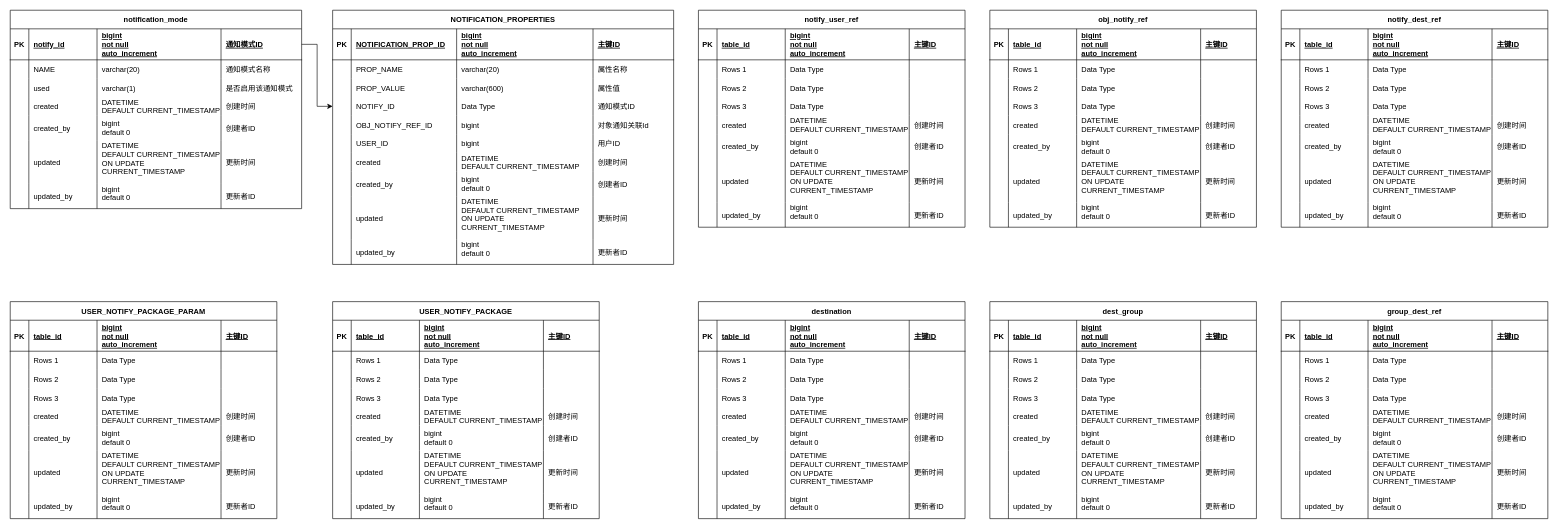
Before: 通知模块.drawio in 514094388/Hms-ER, a draw.io diagram. Source tidied: cells renumbered, new cells numbered last; positions are measured from the earlier drawing's top-left corner, leaving out a move shared by most shapes. Both pictures are drawn from the tidied source at 62%, with x=0, y=0 at pixel (10, 10).
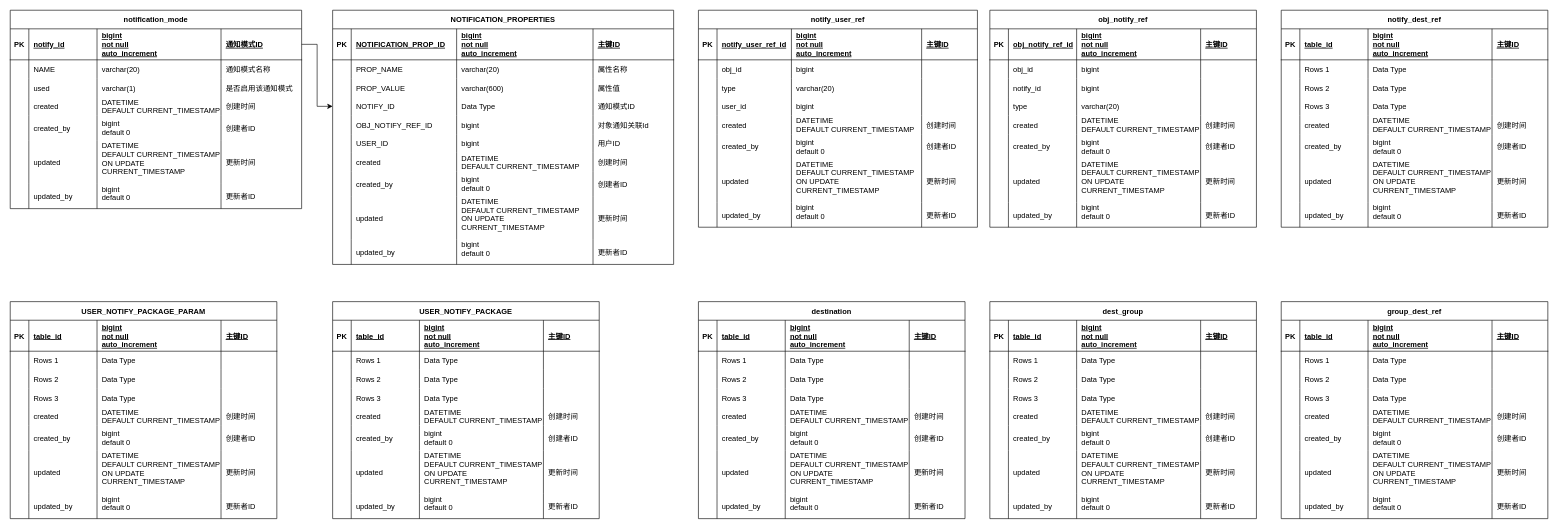
The same page after the edit.

Commit message (it also covers changes not shown here):
更新通知模块.drawio

Unchanged cells that the change refers to:
```xml
<mxCell id="172" style="shape=tableRow;horizontal=0;startSize=0;swimlaneHead=0;swimlaneBody=0;fillColor=none;top=0;left=0;right=0;bottom=1;" parent="171" vertex="1">
  <mxGeometry y="30" width="430" height="50" as="geometry" />
</mxCell>
<mxCell id="177" style="shape=tableRow;horizontal=0;startSize=0;swimlaneHead=0;swimlaneBody=0;fillColor=none;top=0;left=0;right=0;bottom=0;" parent="171" vertex="1">
  <mxGeometry y="80" width="430" height="30" as="geometry" />
</mxCell>
<mxCell id="182" style="shape=tableRow;horizontal=0;startSize=0;swimlaneHead=0;swimlaneBody=0;fillColor=none;top=0;left=0;right=0;bottom=0;" parent="171" vertex="1">
  <mxGeometry y="110" width="430" height="30" as="geometry" />
</mxCell>
<mxCell id="187" style="shape=tableRow;horizontal=0;startSize=0;swimlaneHead=0;swimlaneBody=0;fillColor=none;top=0;left=0;right=0;bottom=0;" parent="171" vertex="1">
  <mxGeometry y="140" width="430" height="30" as="geometry" />
</mxCell>
```

The edit, as a diff of the source:
```diff
@@
-    <mxCell id="174" value="table_id" style="shape=partialRectangle;fillColor=none;top=0;left=0;bottom=0;right=0;align=left;spacingLeft=6;fontStyle=5;overflow=hidden;" parent="172" vertex="1">
+    <mxCell id="174" value="obj_notify_ref_id" style="shape=partialRectangle;fillColor=none;top=0;left=0;bottom=0;right=0;align=left;spacingLeft=6;fontStyle=5;overflow=hidden;" parent="172" vertex="1">
       <mxGeometry x="30" width="110" height="50" as="geometry" />
     </mxCell>
@@
-    <mxCell id="179" value="Rows 1" style="shape=partialRectangle;fillColor=none;top=0;left=0;bottom=0;right=0;align=left;spacingLeft=6;overflow=hidden;" parent="177" vertex="1">
+    <mxCell id="179" value="obj_id" style="shape=partialRectangle;fillColor=none;top=0;left=0;bottom=0;right=0;align=left;spacingLeft=6;overflow=hidden;" parent="177" vertex="1">
       <mxGeometry x="30" width="110" height="30" as="geometry" />
     </mxCell>
-    <mxCell id="180" value="Data Type" style="shape=partialRectangle;fillColor=none;top=0;left=0;bottom=0;right=0;align=left;spacingLeft=6;overflow=hidden;" parent="177" vertex="1">
+    <mxCell id="180" value="bigint" style="shape=partialRectangle;fillColor=none;top=0;left=0;bottom=0;right=0;align=left;spacingLeft=6;overflow=hidden;" parent="177" vertex="1">
       <mxGeometry x="140" width="200" height="30" as="geometry" />
     </mxCell>
@@
-    <mxCell id="184" value="Rows 2" style="shape=partialRectangle;fillColor=none;top=0;left=0;bottom=0;right=0;align=left;spacingLeft=6;overflow=hidden;" parent="182" vertex="1">
+    <mxCell id="184" value="notify_id" style="shape=partialRectangle;fillColor=none;top=0;left=0;bottom=0;right=0;align=left;spacingLeft=6;overflow=hidden;" parent="182" vertex="1">
       <mxGeometry x="30" width="110" height="30" as="geometry" />
     </mxCell>
-    <mxCell id="185" value="Data Type" style="shape=partialRectangle;fillColor=none;top=0;left=0;bottom=0;right=0;align=left;spacingLeft=6;overflow=hidden;" parent="182" vertex="1">
+    <mxCell id="185" value="bigint" style="shape=partialRectangle;fillColor=none;top=0;left=0;bottom=0;right=0;align=left;spacingLeft=6;overflow=hidden;" parent="182" vertex="1">
       <mxGeometry x="140" width="200" height="30" as="geometry" />
     </mxCell>
@@
-    <mxCell id="189" value="Rows 3" style="shape=partialRectangle;fillColor=none;top=0;left=0;bottom=0;right=0;align=left;spacingLeft=6;overflow=hidden;" parent="187" vertex="1">
+    <mxCell id="189" value="type" style="shape=partialRectangle;fillColor=none;top=0;left=0;bottom=0;right=0;align=left;spacingLeft=6;overflow=hidden;" parent="187" vertex="1">
       <mxGeometry x="30" width="110" height="30" as="geometry" />
     </mxCell>
-    <mxCell id="190" value="Data Type" style="shape=partialRectangle;fillColor=none;top=0;left=0;bottom=0;right=0;align=left;spacingLeft=6;overflow=hidden;" parent="187" vertex="1">
+    <mxCell id="190" value="varchar(20)" style="shape=partialRectangle;fillColor=none;top=0;left=0;bottom=0;right=0;align=left;spacingLeft=6;overflow=hidden;" parent="187" vertex="1">
       <mxGeometry x="140" width="200" height="30" as="geometry" />
     </mxCell>
@@
     <mxCell id="212" value="notify_user_ref" style="shape=table;startSize=30;childLayout=tableLayout;rowLines=0;fontStyle=1;align=center;" parent="1" vertex="1">
-      <mxGeometry x="1110" width="430" height="350" as="geometry" />
+      <mxGeometry x="1110" width="450" height="350" as="geometry" />
     </mxCell>
     <mxCell id="213" style="shape=tableRow;horizontal=0;startSize=0;swimlaneHead=0;swimlaneBody=0;fillColor=none;top=0;left=0;right=0;bottom=1;" parent="212" vertex="1">
-      <mxGeometry y="30" width="430" height="50" as="geometry" />
+      <mxGeometry y="30" width="450" height="50" as="geometry" />
     </mxCell>
@@
-    <mxCell id="215" value="table_id" style="shape=partialRectangle;fillColor=none;top=0;left=0;bottom=0;right=0;align=left;spacingLeft=6;fontStyle=5;overflow=hidden;" parent="213" vertex="1">
-      <mxGeometry x="30" width="110" height="50" as="geometry" />
+    <mxCell id="215" value="notify_user_ref_id" style="shape=partialRectangle;fillColor=none;top=0;left=0;bottom=0;right=0;align=left;spacingLeft=6;fontStyle=5;overflow=hidden;" parent="213" vertex="1">
+      <mxGeometry x="30" width="120" height="50" as="geometry" />
     </mxCell>
     <mxCell id="216" value="bigint&#10;not null&#10;auto_increment" style="shape=partialRectangle;fillColor=none;top=0;left=0;bottom=0;right=0;align=left;spacingLeft=6;fontStyle=5;overflow=hidden;" parent="213" vertex="1">
-      <mxGeometry x="140" width="200" height="50" as="geometry" />
+      <mxGeometry x="150" width="210" height="50" as="geometry" />
     </mxCell>
     <mxCell id="217" value="主键ID" style="shape=partialRectangle;fillColor=none;top=0;left=0;bottom=0;right=0;align=left;spacingLeft=6;fontStyle=5;overflow=hidden;" parent="213" vertex="1">
-      <mxGeometry x="340" width="90" height="50" as="geometry" />
+      <mxGeometry x="360" width="90" height="50" as="geometry" />
     </mxCell>
     <mxCell id="218" style="shape=tableRow;horizontal=0;startSize=0;swimlaneHead=0;swimlaneBody=0;fillColor=none;top=0;left=0;right=0;bottom=0;" parent="212" vertex="1">
-      <mxGeometry y="80" width="430" height="30" as="geometry" />
+      <mxGeometry y="80" width="450" height="30" as="geometry" />
     </mxCell>
@@
-    <mxCell id="220" value="Rows 1" style="shape=partialRectangle;fillColor=none;top=0;left=0;bottom=0;right=0;align=left;spacingLeft=6;overflow=hidden;" parent="218" vertex="1">
-      <mxGeometry x="30" width="110" height="30" as="geometry" />
+    <mxCell id="220" value="obj_id" style="shape=partialRectangle;fillColor=none;top=0;left=0;bottom=0;right=0;align=left;spacingLeft=6;overflow=hidden;" parent="218" vertex="1">
+      <mxGeometry x="30" width="120" height="30" as="geometry" />
     </mxCell>
-    <mxCell id="221" value="Data Type" style="shape=partialRectangle;fillColor=none;top=0;left=0;bottom=0;right=0;align=left;spacingLeft=6;overflow=hidden;" parent="218" vertex="1">
-      <mxGeometry x="140" width="200" height="30" as="geometry" />
+    <mxCell id="221" value="bigint" style="shape=partialRectangle;fillColor=none;top=0;left=0;bottom=0;right=0;align=left;spacingLeft=6;overflow=hidden;" parent="218" vertex="1">
+      <mxGeometry x="150" width="210" height="30" as="geometry" />
     </mxCell>
     <mxCell id="222" style="shape=partialRectangle;fillColor=none;top=0;left=0;bottom=0;right=0;align=left;spacingLeft=6;overflow=hidden;" parent="218" vertex="1">
-      <mxGeometry x="340" width="90" height="30" as="geometry" />
+      <mxGeometry x="360" width="90" height="30" as="geometry" />
     </mxCell>
     <mxCell id="223" style="shape=tableRow;horizontal=0;startSize=0;swimlaneHead=0;swimlaneBody=0;fillColor=none;top=0;left=0;right=0;bottom=0;" parent="212" vertex="1">
-      <mxGeometry y="110" width="430" height="30" as="geometry" />
+      <mxGeometry y="110" width="450" height="30" as="geometry" />
     </mxCell>
@@
-    <mxCell id="225" value="Rows 2" style="shape=partialRectangle;fillColor=none;top=0;left=0;bottom=0;right=0;align=left;spacingLeft=6;overflow=hidden;" parent="223" vertex="1">
-      <mxGeometry x="30" width="110" height="30" as="geometry" />
+    <mxCell id="225" value="type" style="shape=partialRectangle;fillColor=none;top=0;left=0;bottom=0;right=0;align=left;spacingLeft=6;overflow=hidden;" parent="223" vertex="1">
+      <mxGeometry x="30" width="120" height="30" as="geometry" />
     </mxCell>
-    <mxCell id="226" value="Data Type" style="shape=partialRectangle;fillColor=none;top=0;left=0;bottom=0;right=0;align=left;spacingLeft=6;overflow=hidden;" parent="223" vertex="1">
-      <mxGeometry x="140" width="200" height="30" as="geometry" />
+    <mxCell id="226" value="varchar(20)" style="shape=partialRectangle;fillColor=none;top=0;left=0;bottom=0;right=0;align=left;spacingLeft=6;overflow=hidden;" parent="223" vertex="1">
+      <mxGeometry x="150" width="210" height="30" as="geometry" />
     </mxCell>
     <mxCell id="227" style="shape=partialRectangle;fillColor=none;top=0;left=0;bottom=0;right=0;align=left;spacingLeft=6;overflow=hidden;" parent="223" vertex="1">
-      <mxGeometry x="340" width="90" height="30" as="geometry" />
+      <mxGeometry x="360" width="90" height="30" as="geometry" />
     </mxCell>
     <mxCell id="228" style="shape=tableRow;horizontal=0;startSize=0;swimlaneHead=0;swimlaneBody=0;fillColor=none;top=0;left=0;right=0;bottom=0;" parent="212" vertex="1">
-      <mxGeometry y="140" width="430" height="30" as="geometry" />
+      <mxGeometry y="140" width="450" height="30" as="geometry" />
     </mxCell>
@@
-    <mxCell id="230" value="Rows 3" style="shape=partialRectangle;fillColor=none;top=0;left=0;bottom=0;right=0;align=left;spacingLeft=6;overflow=hidden;" parent="228" vertex="1">
-      <mxGeometry x="30" width="110" height="30" as="geometry" />
+    <mxCell id="230" value="user_id" style="shape=partialRectangle;fillColor=none;top=0;left=0;bottom=0;right=0;align=left;spacingLeft=6;overflow=hidden;" parent="228" vertex="1">
+      <mxGeometry x="30" width="120" height="30" as="geometry" />
     </mxCell>
-    <mxCell id="231" value="Data Type" style="shape=partialRectangle;fillColor=none;top=0;left=0;bottom=0;right=0;align=left;spacingLeft=6;overflow=hidden;" parent="228" vertex="1">
-      <mxGeometry x="140" width="200" height="30" as="geometry" />
+    <mxCell id="231" value="bigint" style="shape=partialRectangle;fillColor=none;top=0;left=0;bottom=0;right=0;align=left;spacingLeft=6;overflow=hidden;" parent="228" vertex="1">
+      <mxGeometry x="150" width="210" height="30" as="geometry" />
     </mxCell>
     <mxCell id="232" style="shape=partialRectangle;fillColor=none;top=0;left=0;bottom=0;right=0;align=left;spacingLeft=6;overflow=hidden;" parent="228" vertex="1">
-      <mxGeometry x="340" width="90" height="30" as="geometry" />
+      <mxGeometry x="360" width="90" height="30" as="geometry" />
     </mxCell>
     <mxCell id="233" style="shape=tableRow;horizontal=0;startSize=0;swimlaneHead=0;swimlaneBody=0;fillColor=none;top=0;left=0;right=0;bottom=0;" parent="212" vertex="1">
-      <mxGeometry y="170" width="430" height="30" as="geometry" />
+      <mxGeometry y="170" width="450" height="30" as="geometry" />
     </mxCell>
@@
     <mxCell id="235" value="created" style="shape=partialRectangle;fillColor=none;top=0;left=0;bottom=0;right=0;align=left;spacingLeft=6;overflow=hidden;" parent="233" vertex="1">
-      <mxGeometry x="30" width="110" height="30" as="geometry" />
+      <mxGeometry x="30" width="120" height="30" as="geometry" />
     </mxCell>
     <mxCell id="236" value="DATETIME&#10;DEFAULT CURRENT_TIMESTAMP" style="shape=partialRectangle;fillColor=none;top=0;left=0;bottom=0;right=0;align=left;spacingLeft=6;overflow=hidden;" parent="233" vertex="1">
-      <mxGeometry x="140" width="200" height="30" as="geometry" />
+      <mxGeometry x="150" width="210" height="30" as="geometry" />
     </mxCell>
     <mxCell id="237" value="创建时间" style="shape=partialRectangle;fillColor=none;top=0;left=0;bottom=0;right=0;align=left;spacingLeft=6;overflow=hidden;" parent="233" vertex="1">
-      <mxGeometry x="340" width="90" height="30" as="geometry" />
+      <mxGeometry x="360" width="90" height="30" as="geometry" />
     </mxCell>
     <mxCell id="238" style="shape=tableRow;horizontal=0;startSize=0;swimlaneHead=0;swimlaneBody=0;fillColor=none;top=0;left=0;right=0;bottom=0;" parent="212" vertex="1">
-      <mxGeometry y="200" width="430" height="40" as="geometry" />
+      <mxGeometry y="200" width="450" height="40" as="geometry" />
     </mxCell>
@@
     <mxCell id="240" value="created_by" style="shape=partialRectangle;fillColor=none;top=0;left=0;bottom=0;right=0;align=left;spacingLeft=6;overflow=hidden;" parent="238" vertex="1">
-      <mxGeometry x="30" width="110" height="40" as="geometry" />
+      <mxGeometry x="30" width="120" height="40" as="geometry" />
     </mxCell>
     <mxCell id="241" value="bigint&#10;default 0" style="shape=partialRectangle;fillColor=none;top=0;left=0;bottom=0;right=0;align=left;spacingLeft=6;overflow=hidden;" parent="238" vertex="1">
-      <mxGeometry x="140" width="200" height="40" as="geometry" />
+      <mxGeometry x="150" width="210" height="40" as="geometry" />
     </mxCell>
     <mxCell id="242" value="创建者ID" style="shape=partialRectangle;fillColor=none;top=0;left=0;bottom=0;right=0;align=left;spacingLeft=6;overflow=hidden;" parent="238" vertex="1">
-      <mxGeometry x="340" width="90" height="40" as="geometry" />
+      <mxGeometry x="360" width="90" height="40" as="geometry" />
     </mxCell>
     <mxCell id="243" style="shape=tableRow;horizontal=0;startSize=0;swimlaneHead=0;swimlaneBody=0;fillColor=none;top=0;left=0;right=0;bottom=0;" parent="212" vertex="1">
-      <mxGeometry y="240" width="430" height="70" as="geometry" />
+      <mxGeometry y="240" width="450" height="70" as="geometry" />
     </mxCell>
@@
     <mxCell id="245" value="updated" style="shape=partialRectangle;fillColor=none;top=0;left=0;bottom=0;right=0;align=left;spacingLeft=6;overflow=hidden;" parent="243" vertex="1">
-      <mxGeometry x="30" width="110" height="70" as="geometry" />
+      <mxGeometry x="30" width="120" height="70" as="geometry" />
     </mxCell>
     <mxCell id="246" value="DATETIME&#10;DEFAULT CURRENT_TIMESTAMP &#10;ON UPDATE &#10;CURRENT_TIMESTAMP&#10;" style="shape=partialRectangle;fillColor=none;top=0;left=0;bottom=0;right=0;align=left;spacingLeft=6;overflow=hidden;" parent="243" vertex="1">
-      <mxGeometry x="140" width="200" height="70" as="geometry" />
+      <mxGeometry x="150" width="210" height="70" as="geometry" />
     </mxCell>
     <mxCell id="247" value="更新时间" style="shape=partialRectangle;fillColor=none;top=0;left=0;bottom=0;right=0;align=left;spacingLeft=6;overflow=hidden;" parent="243" vertex="1">
-      <mxGeometry x="340" width="90" height="70" as="geometry" />
+      <mxGeometry x="360" width="90" height="70" as="geometry" />
     </mxCell>
     <mxCell id="248" style="shape=tableRow;horizontal=0;startSize=0;swimlaneHead=0;swimlaneBody=0;fillColor=none;top=0;left=0;right=0;bottom=0;" parent="212" vertex="1">
-      <mxGeometry y="310" width="430" height="40" as="geometry" />
+      <mxGeometry y="310" width="450" height="40" as="geometry" />
     </mxCell>
@@
     <mxCell id="250" value="updated_by" style="shape=partialRectangle;fillColor=none;top=0;left=0;bottom=0;right=0;align=left;spacingLeft=6;overflow=hidden;" parent="248" vertex="1">
-      <mxGeometry x="30" width="110" height="40" as="geometry" />
+      <mxGeometry x="30" width="120" height="40" as="geometry" />
     </mxCell>
     <mxCell id="251" value="bigint&#10;default 0&#10;" style="shape=partialRectangle;fillColor=none;top=0;left=0;bottom=0;right=0;align=left;spacingLeft=6;overflow=hidden;" parent="248" vertex="1">
-      <mxGeometry x="140" width="200" height="40" as="geometry" />
+      <mxGeometry x="150" width="210" height="40" as="geometry" />
     </mxCell>
     <mxCell id="252" value="更新者ID" style="shape=partialRectangle;fillColor=none;top=0;left=0;bottom=0;right=0;align=left;spacingLeft=6;overflow=hidden;" parent="248" vertex="1">
-      <mxGeometry x="340" width="90" height="40" as="geometry" />
+      <mxGeometry x="360" width="90" height="40" as="geometry" />
     </mxCell>
```
